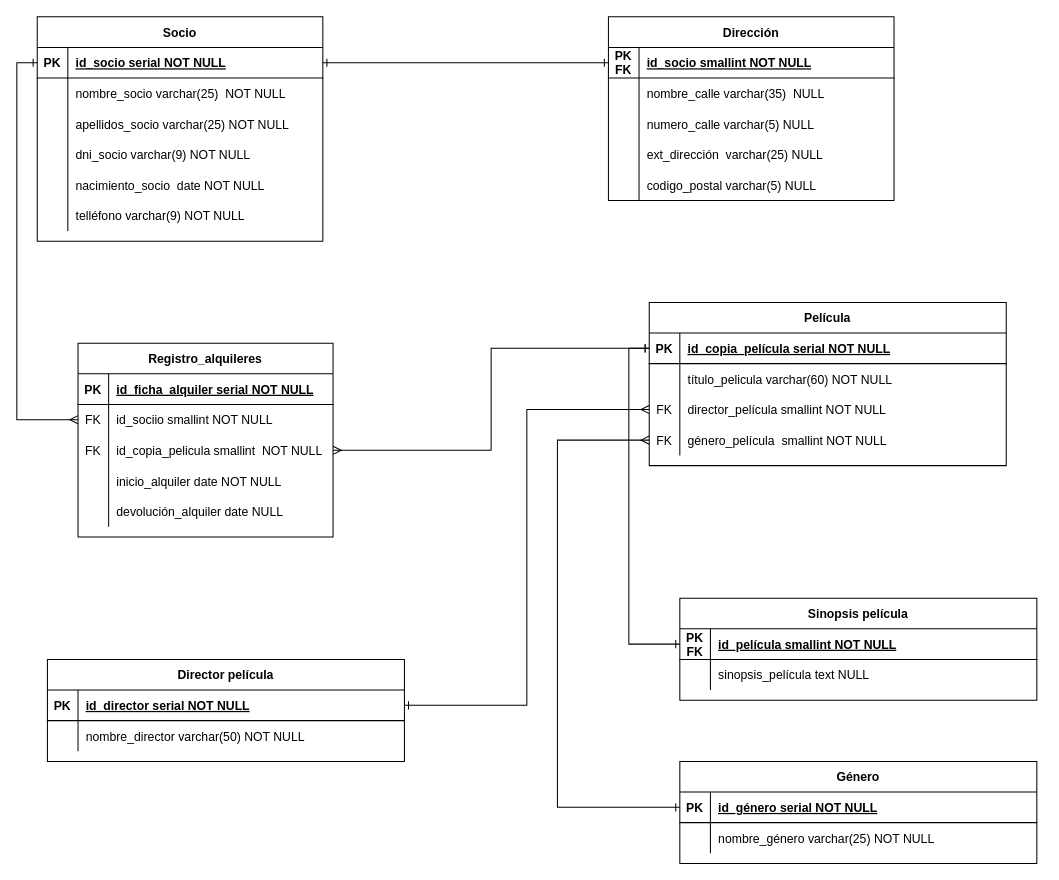
Above: diagrama_practicaSQL.drawio in AdrianFSN/paractica_SQL_AS (draw.io), before the change. Source tidied: cells renumbered, new cells numbered last; positions are measured from the earlier drawing's top-left corner, leaving out a move shared by most shapes. Both pictures are drawn from the tidied source at 102%, with x=0, y=0 at pixel (37, 16).
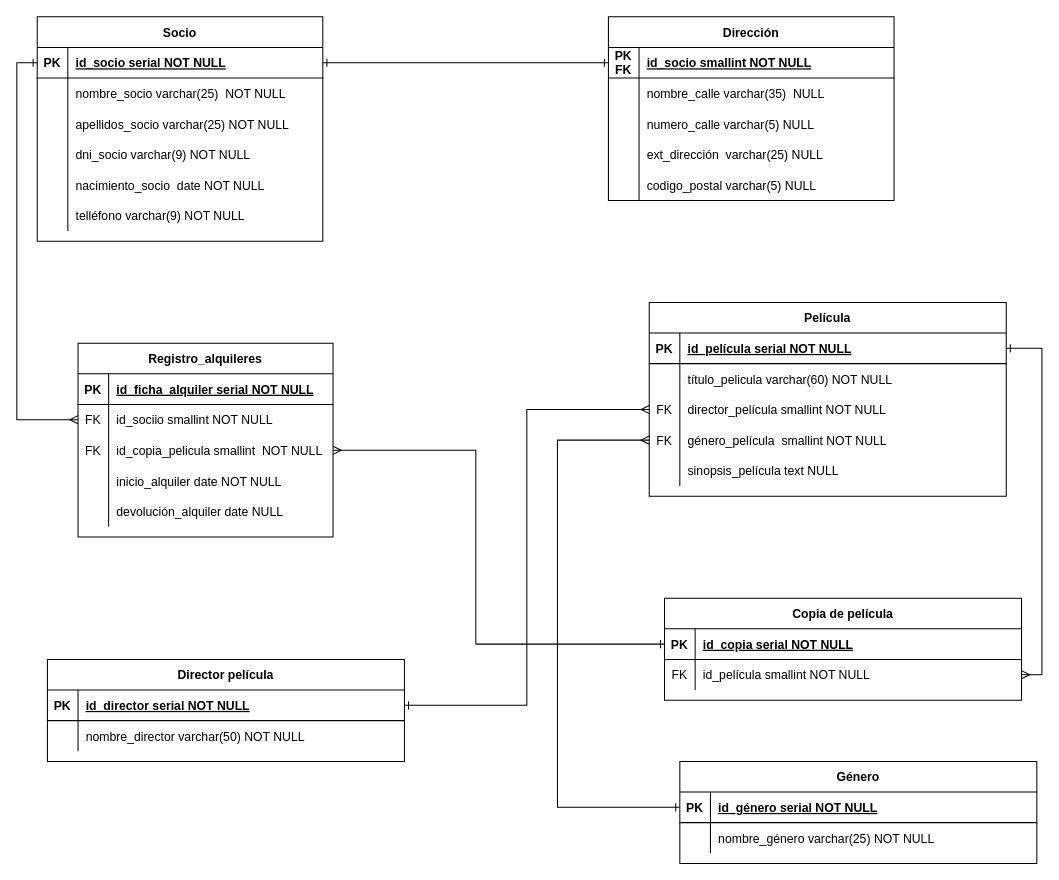
After the change.

Commit message (it also covers changes not shown here):
fix: Elimino la tabla sinopsis y elmino la dupliación de películas en la tabla películas. Para eso, creo la tabla nueva copias_registro

Unchanged cells that the change refers to:
```xml
<mxCell id="3" style="shape=partialRectangle;fillColor=none;points=[[0,0.5],[1,0.5]];portConstraint=eastwest;top=0;left=0;right=0;bottom=1;" parent="2" vertex="1">
  <mxGeometry y="30" width="350" height="30" as="geometry" />
</mxCell>
<mxCell id="22" style="shape=partialRectangle;fillColor=none;points=[[0,0.5],[1,0.5]];portConstraint=eastwest;top=0;left=0;right=0;bottom=0;" parent="15" vertex="1">
  <mxGeometry y="90" width="250" height="30" as="geometry" />
</mxCell>
```

Diff of the diagram source:
```diff
@@
     <mxCell id="2" value="Película" style="shape=table;startSize=30;childLayout=tableLayout;rowLines=0;fontStyle=1;align=center;" parent="1" vertex="1">
-      <mxGeometry x="600" y="280" width="350" height="160" as="geometry" />
+      <mxGeometry x="600" y="280" width="350" height="190" as="geometry" />
     </mxCell>
@@
-    <mxCell id="5" value="id_copia_película serial NOT NULL" style="shape=partialRectangle;overflow=hidden;fillColor=none;top=0;left=0;bottom=0;right=0;align=left;spacingLeft=6;fontStyle=5;" parent="3" vertex="1">
+    <mxCell id="5" value="id_película serial NOT NULL" style="shape=partialRectangle;overflow=hidden;fillColor=none;top=0;left=0;bottom=0;right=0;align=left;spacingLeft=6;fontStyle=5;" parent="3" vertex="1">
       <mxGeometry x="30" width="320" height="30" as="geometry" />
     </mxCell>
@@
+    <mxCell id="93" style="shape=partialRectangle;fillColor=none;top=0;left=0;right=0;bottom=0;" parent="2" vertex="1">
+      <mxGeometry y="150" width="350" height="30" as="geometry" />
+    </mxCell>
+    <mxCell id="74" style="shape=partialRectangle;overflow=hidden;fillColor=none;top=0;left=0;bottom=0;right=0;" parent="93" vertex="1">
+      <mxGeometry width="30" height="30" as="geometry" />
+    </mxCell>
+    <mxCell id="94" style="shape=partialRectangle;overflow=hidden;fillColor=none;top=0;left=0;bottom=0;right=0;align=left;spacingLeft=6;" parent="93" vertex="1">
+      <mxGeometry x="30" width="320" height="30" as="geometry" />
+    </mxCell>
@@
-    <mxCell id="68" style="edgeStyle=orthogonalEdgeStyle;rounded=0;jettySize=auto;html=1;exitX=0;exitY=0.5;exitDx=0;exitDy=0;entryX=1;entryY=0.5;entryDx=0;entryDy=0;endArrow=ERmany;endFill=0;startArrow=ERone;startFill=0;" parent="1" edge="1" source="3" target="22">
-      <mxGeometry relative="1" as="geometry" />
-    </mxCell>
-    <mxCell id="69" value="Sinopsis película" style="shape=table;startSize=30;childLayout=tableLayout;rowLines=0;fontStyle=1;align=center;" parent="1" vertex="1">
-      <mxGeometry x="630" y="570" width="350" height="100" as="geometry" />
-    </mxCell>
-    <mxCell id="70" style="shape=partialRectangle;fillColor=none;points=[[0,0.5],[1,0.5]];portConstraint=eastwest;top=0;left=0;right=0;bottom=1;" parent="69" vertex="1">
-      <mxGeometry y="30" width="350" height="30" as="geometry" />
-    </mxCell>
-    <mxCell id="71" value="PK&#10;FK" style="shape=partialRectangle;overflow=hidden;fillColor=none;top=0;left=0;bottom=0;right=0;fontStyle=1;" parent="70" vertex="1">
-      <mxGeometry width="30" height="30" as="geometry" />
-    </mxCell>
-    <mxCell id="72" value="id_película smallint NOT NULL" style="shape=partialRectangle;overflow=hidden;fillColor=none;top=0;left=0;bottom=0;right=0;align=left;spacingLeft=6;fontStyle=5;" parent="70" vertex="1">
-      <mxGeometry x="30" width="320" height="30" as="geometry" />
-    </mxCell>
-    <mxCell id="73" style="shape=partialRectangle;fillColor=none;points=[[0,0.5],[1,0.5]];portConstraint=eastwest;top=0;left=0;right=0;bottom=0;" parent="69" vertex="1">
-      <mxGeometry y="60" width="350" height="30" as="geometry" />
-    </mxCell>
-    <mxCell id="74" style="shape=partialRectangle;overflow=hidden;fillColor=none;top=0;left=0;bottom=0;right=0;" parent="73" vertex="1">
-      <mxGeometry width="30" height="30" as="geometry" />
-    </mxCell>
-    <mxCell id="75" value="sinopsis_película text NULL" style="shape=partialRectangle;overflow=hidden;fillColor=none;top=0;left=0;bottom=0;right=0;align=left;spacingLeft=6;" parent="73" vertex="1">
-      <mxGeometry x="30" width="320" height="30" as="geometry" />
-    </mxCell>
-    <mxCell id="76" style="edgeStyle=orthogonalEdgeStyle;rounded=0;jettySize=auto;html=1;exitX=0;exitY=0.5;exitDx=0;exitDy=0;entryX=0;entryY=0.5;entryDx=0;entryDy=0;endArrow=ERone;endFill=0;startArrow=ERone;startFill=0;" parent="1" edge="1" source="3" target="70">
-      <mxGeometry relative="1" as="geometry" />
-    </mxCell>
@@
+    <mxCell id="95" value="Copia de película" style="shape=table;startSize=30;childLayout=tableLayout;rowLines=0;fontStyle=1;align=center;" parent="1" vertex="1">
+      <mxGeometry x="615" y="570" width="350" height="100" as="geometry" />
+    </mxCell>
+    <mxCell id="70" style="shape=partialRectangle;fillColor=none;points=[[0,0.5],[1,0.5]];portConstraint=eastwest;top=0;left=0;right=0;bottom=1;" parent="95" vertex="1">
+      <mxGeometry y="30" width="350" height="30" as="geometry" />
+    </mxCell>
+    <mxCell id="96" value="PK" style="shape=partialRectangle;overflow=hidden;fillColor=none;top=0;left=0;bottom=0;right=0;fontStyle=1;" parent="70" vertex="1">
+      <mxGeometry width="30" height="30" as="geometry" />
+    </mxCell>
+    <mxCell id="97" value="id_copia serial NOT NULL" style="shape=partialRectangle;overflow=hidden;fillColor=none;top=0;left=0;bottom=0;right=0;align=left;spacingLeft=6;fontStyle=5;" parent="70" vertex="1">
+      <mxGeometry x="30" width="320" height="30" as="geometry" />
+    </mxCell>
+    <mxCell id="73" style="shape=partialRectangle;fillColor=none;points=[[0,0.5],[1,0.5]];portConstraint=eastwest;top=0;left=0;right=0;bottom=0;" parent="95" vertex="1">
+      <mxGeometry y="60" width="350" height="30" as="geometry" />
+    </mxCell>
+    <mxCell id="98" value="FK" style="shape=partialRectangle;overflow=hidden;fillColor=none;top=0;left=0;bottom=0;right=0;" parent="73" vertex="1">
+      <mxGeometry width="30" height="30" as="geometry" />
+    </mxCell>
+    <mxCell id="72" value="id_película smallint NOT NULL" style="shape=partialRectangle;overflow=hidden;fillColor=none;top=0;left=0;bottom=0;right=0;align=left;spacingLeft=6;" parent="73" vertex="1">
+      <mxGeometry x="30" width="320" height="30" as="geometry" />
+    </mxCell>
+    <mxCell id="99" style="edgeStyle=orthogonalEdgeStyle;rounded=0;jettySize=auto;html=1;exitX=1;exitY=0.5;exitDx=0;exitDy=0;entryX=1;entryY=0.5;entryDx=0;entryDy=0;startArrow=ERone;startFill=0;endArrow=ERmany;endFill=0;" parent="1" edge="1" source="3" target="73">
+      <mxGeometry relative="1" as="geometry" />
+    </mxCell>
+    <mxCell id="100" style="edgeStyle=orthogonalEdgeStyle;rounded=0;jettySize=auto;html=1;exitX=0;exitY=0.5;exitDx=0;exitDy=0;entryX=1;entryY=0.5;entryDx=0;entryDy=0;startArrow=ERone;startFill=0;endArrow=ERmany;endFill=0;" parent="1" edge="1" source="70" target="22">
+      <mxGeometry relative="1" as="geometry">
+        <Array as="points">
+          <mxPoint x="430" y="615" />
+          <mxPoint x="430" y="425" />
+        </Array>
+      </mxGeometry>
+    </mxCell>
+    <mxCell id="75" value="sinopsis_película text NULL" style="shape=partialRectangle;overflow=hidden;fillColor=none;top=0;left=0;bottom=0;right=0;align=left;spacingLeft=6;" parent="1" vertex="1">
+      <mxGeometry x="630" y="430" width="320" height="30" as="geometry" />
+    </mxCell>
```
